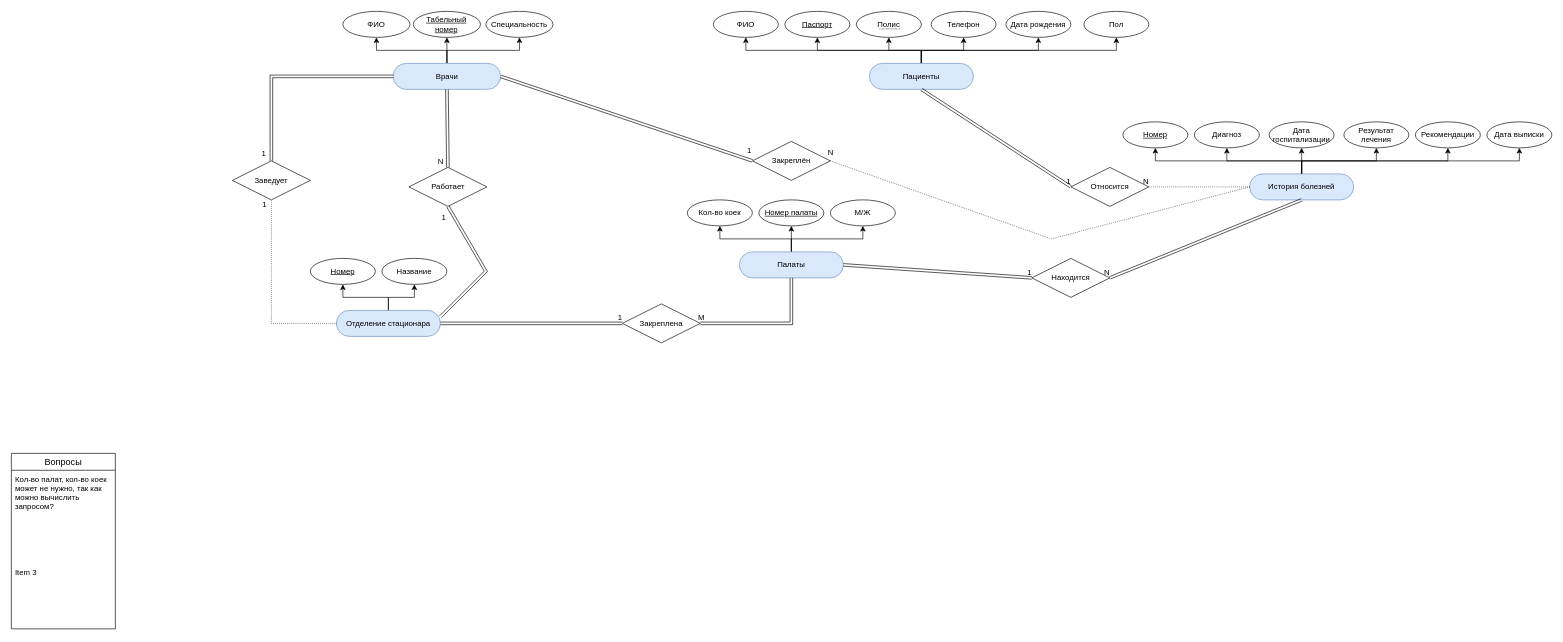
Before: EntityRelation.drawio in den-a-s/drawio-diagrams, a draw.io diagram. Source tidied: cells renumbered, new cells numbered last; positions are measured from the earlier drawing's top-left corner, leaving out a move shared by most shapes. Both pictures are drawn from the tidied source at 65%, with x=0, y=0 at pixel (11, 11).
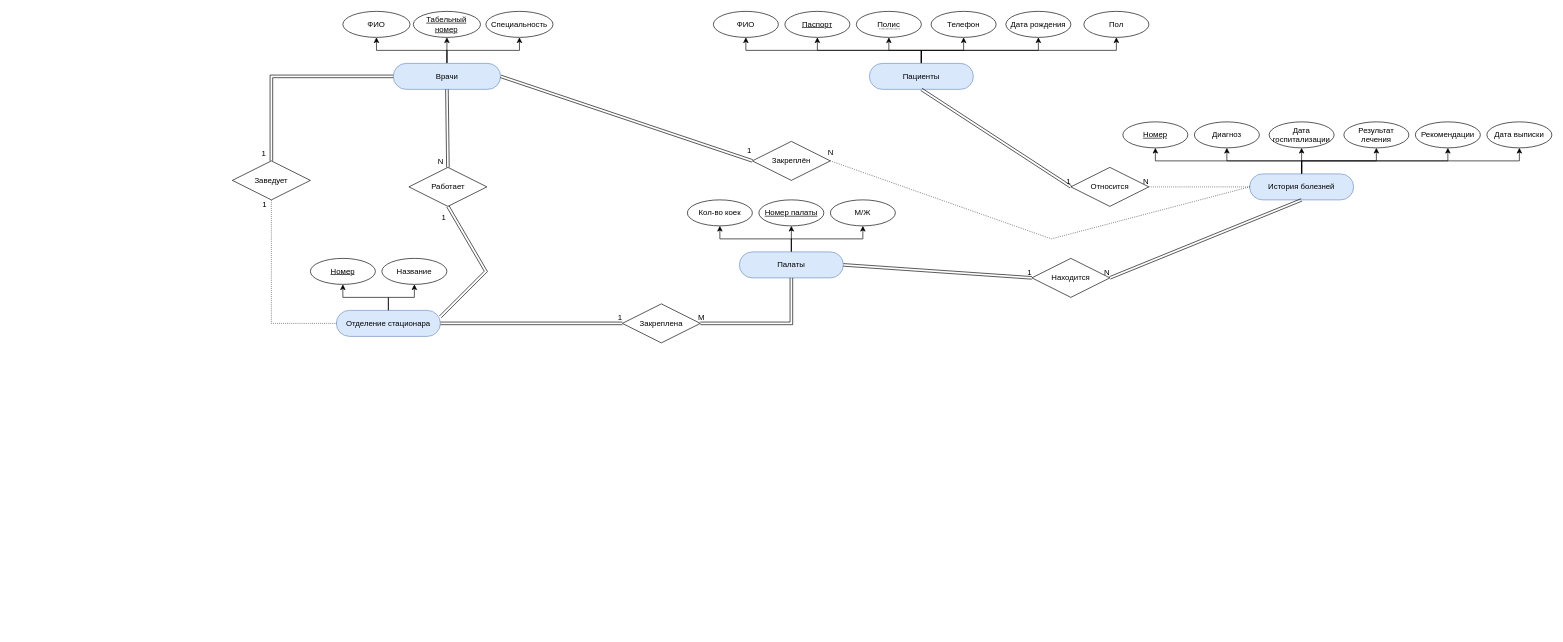
The same page after the edit.

Commit message:
Удаление вопросов.

Change to the diagram source:
```diff
@@
-    <mxCell id="56" value="Вопросы" style="swimlane;fontStyle=0;horizontal=1;startSize=26;align=center;fontSize=14;" parent="1" vertex="1">
-      <mxGeometry y="680" width="160" height="270" as="geometry" />
-    </mxCell>
-    <mxCell id="57" value="Кол-во палат, кол-во коек&#10;может не нужно, так как&#10;можно вычислить&#10;запросом?&#10;" style="text;strokeColor=none;fillColor=none;spacingLeft=4;spacingRight=4;overflow=hidden;fontSize=12;" parent="56" vertex="1">
-      <mxGeometry y="26" width="160" height="144" as="geometry" />
-    </mxCell>
-    <mxCell id="58" value="Item 3" style="text;strokeColor=none;fillColor=none;spacingLeft=4;spacingRight=4;overflow=hidden;fontSize=12;" parent="56" vertex="1">
-      <mxGeometry y="170" width="160" height="100" as="geometry" />
-    </mxCell>
```
